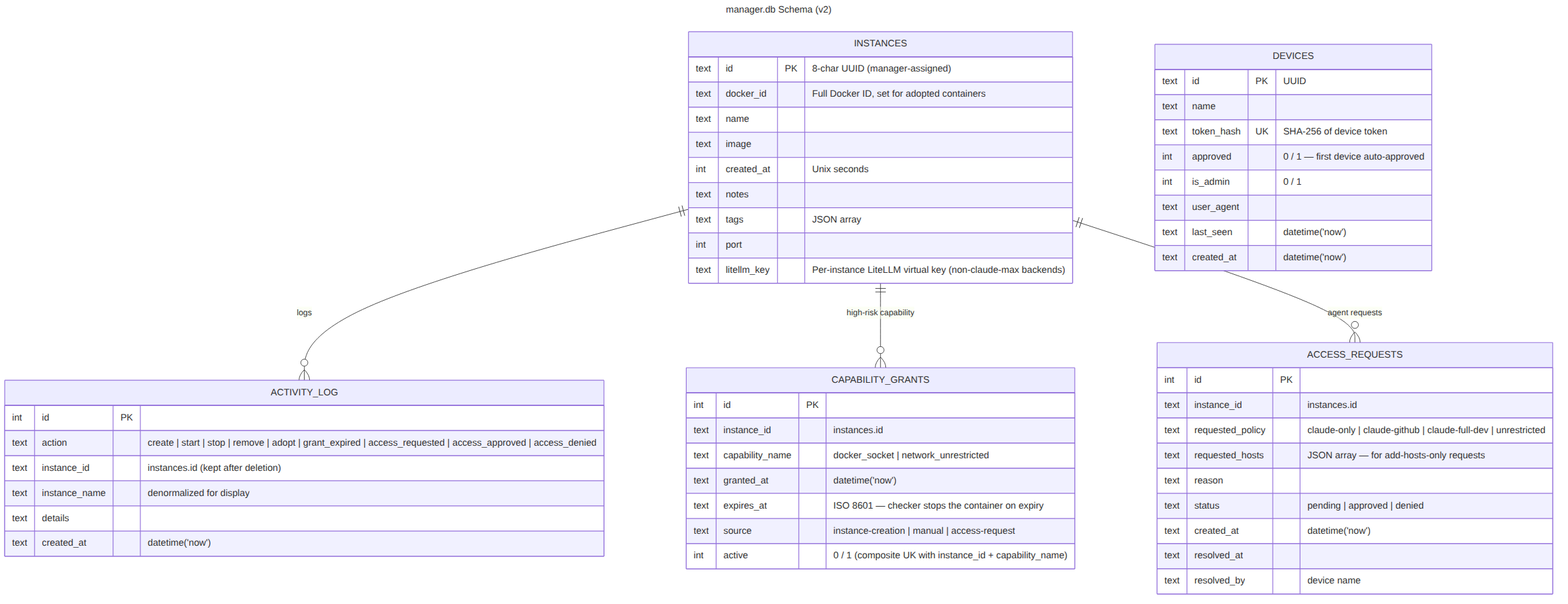
FrederikLeed/claude-manager-public keeps this Mermaid diagram as docs/diagrams/schema.png. Above is the earlier version. Its source is kept beside it as docs/diagrams/schema.mmd.
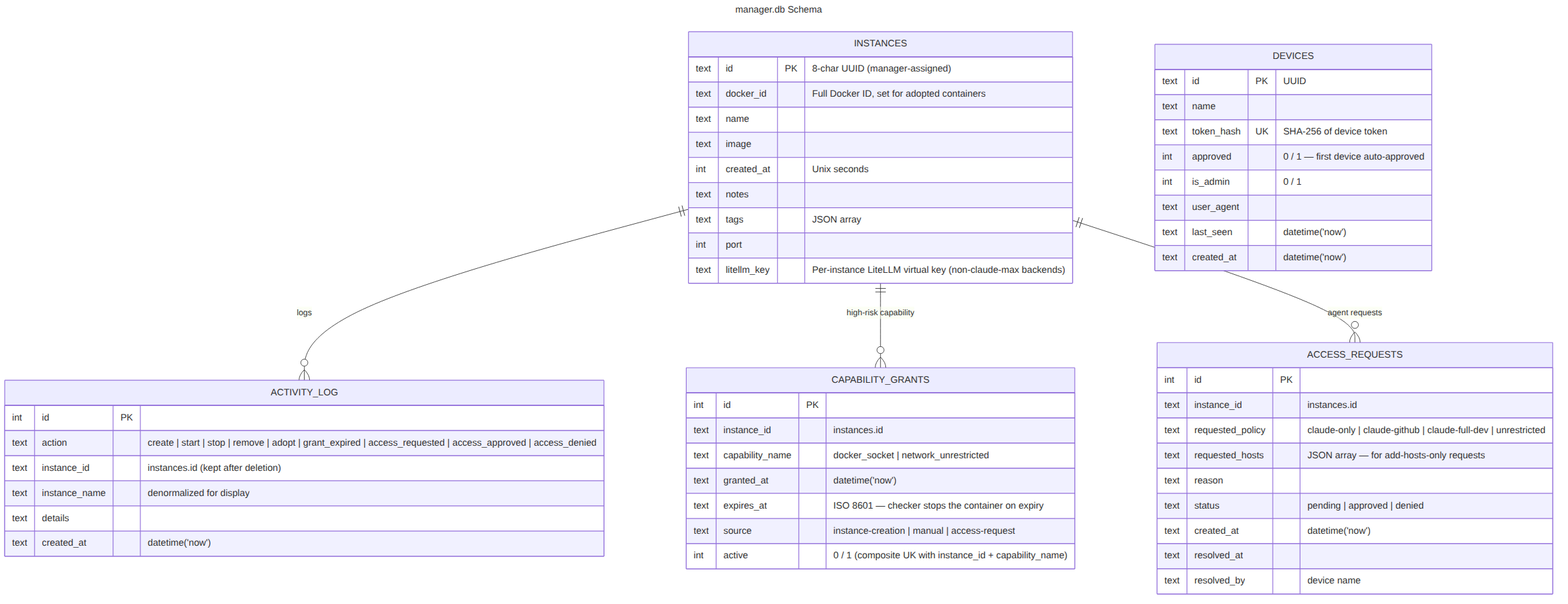
The same diagram one commit later.

The edit, as a diff of the source:
```diff
@@ -1,5 +1,5 @@
 ---
-title: manager.db Schema (v2)
+title: manager.db Schema
 ---
 erDiagram
   INSTANCES ||--o{ ACTIVITY_LOG : "logs"
```
